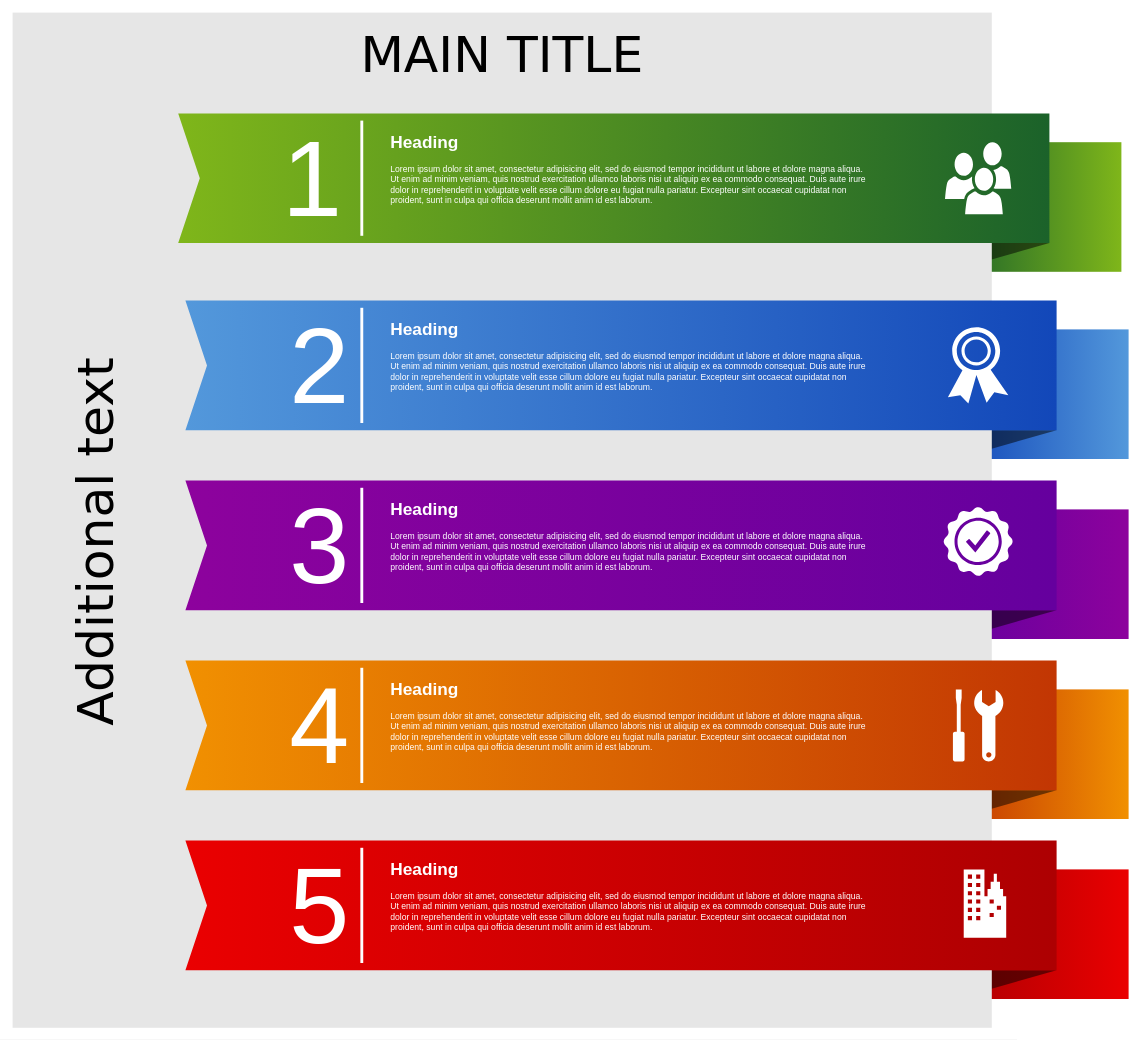
Before: Untitled Diagram.drawio in Kodo-kakaku/primedit, a draw.io diagram. Source tidied: cells renumbered, new cells numbered last; positions are measured from the earlier drawing's top-left corner, leaving out a move shared by most shapes. Both pictures are drawn from the tidied source at 72%, with x=0, y=0 at pixel (12, 12).
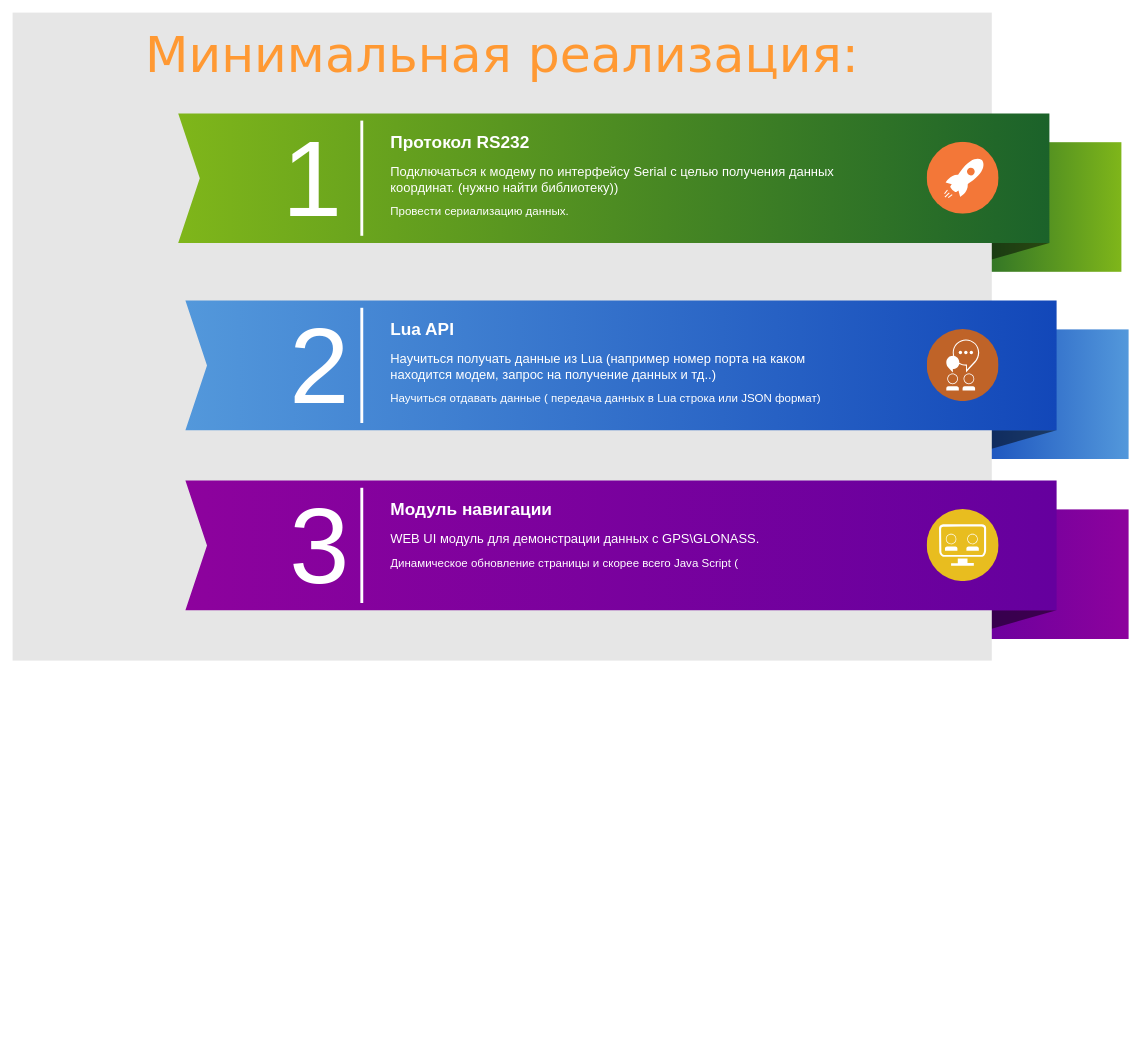
After the change.

Change to the diagram source:
```diff
@@
-    <mxCell id="8" style="whiteSpace=wrap;html=1;rounded=0;shadow=0;dashed=0;strokeWidth=1;fontFamily=Tahoma;fontSize=10;fontColor=#FFFFFF;strokeColor=none;fillColor=#F19001;gradientColor=#C23603;gradientDirection=west;" parent="1" vertex="1">
-      <mxGeometry x="1310" y="940" width="240" height="180" as="geometry" />
-    </mxCell>
-    <mxCell id="9" style="verticalLabelPosition=bottom;verticalAlign=top;html=1;strokeWidth=1;shape=mxgraph.basic.orthogonal_triangle;rounded=0;shadow=0;dashed=0;fontFamily=Tahoma;fontSize=10;fontColor=#FFFFFF;flipV=1;fillColor=#000000;strokeColor=none;opacity=50;" parent="1" vertex="1">
-      <mxGeometry x="1310" y="1080" width="140" height="40" as="geometry" />
-    </mxCell>
-    <mxCell id="10" style="whiteSpace=wrap;html=1;rounded=0;shadow=0;dashed=0;strokeWidth=1;fontFamily=Tahoma;fontSize=10;fontColor=#FFFFFF;strokeColor=none;fillColor=#EA0001;gradientColor=#AD0002;gradientDirection=west;" parent="1" vertex="1">
-      <mxGeometry x="1310" y="1190" width="240" height="180" as="geometry" />
-    </mxCell>
-    <mxCell id="11" style="verticalLabelPosition=bottom;verticalAlign=top;html=1;strokeWidth=1;shape=mxgraph.basic.orthogonal_triangle;rounded=0;shadow=0;dashed=0;fontFamily=Tahoma;fontSize=10;fontColor=#FFFFFF;flipV=1;fillColor=#000000;strokeColor=none;opacity=50;" parent="1" vertex="1">
-      <mxGeometry x="1310" y="1330" width="140" height="40" as="geometry" />
-    </mxCell>
-    <mxCell id="12" value="MAIN TITLE" style="whiteSpace=wrap;html=1;rounded=0;shadow=0;dashed=0;strokeWidth=1;fillColor=#E6E6E6;fontFamily=Verdana;fontSize=70;strokeColor=none;verticalAlign=top;spacingTop=10;" parent="1" vertex="1">
-      <mxGeometry width="1360" height="1410" as="geometry" />
+    <mxCell id="12" value="&lt;font color=&quot;#ff9933&quot;&gt;Минимальная реализация:&lt;/font&gt;" style="whiteSpace=wrap;html=1;rounded=0;shadow=0;dashed=0;strokeWidth=1;fillColor=#E6E6E6;fontFamily=Verdana;fontSize=70;strokeColor=none;verticalAlign=top;spacingTop=10;" parent="1" vertex="1">
+      <mxGeometry width="1360" height="900" as="geometry" />
     </mxCell>
@@
-    <mxCell id="16" style="html=1;shadow=0;dashed=0;align=center;verticalAlign=middle;shape=mxgraph.arrows2.arrow;dy=0;dx=0;notch=30;rounded=0;strokeColor=none;strokeWidth=1;fillColor=#F19001;fontFamily=Tahoma;fontSize=10;fontColor=#FFFFFF;gradientColor=#C23603;gradientDirection=east;" parent="1" vertex="1">
-      <mxGeometry x="240" y="900" width="1210" height="180" as="geometry" />
-    </mxCell>
-    <mxCell id="17" style="html=1;shadow=0;dashed=0;align=center;verticalAlign=middle;shape=mxgraph.arrows2.arrow;dy=0;dx=0;notch=30;rounded=0;strokeColor=none;strokeWidth=1;fillColor=#EA0001;fontFamily=Tahoma;fontSize=10;fontColor=#FFFFFF;gradientColor=#AD0002;gradientDirection=east;" parent="1" vertex="1">
-      <mxGeometry x="240" y="1150" width="1210" height="180" as="geometry" />
-    </mxCell>
-    <mxCell id="18" value="Additional text" style="text;html=1;strokeColor=none;fillColor=none;align=center;verticalAlign=middle;whiteSpace=wrap;rounded=0;shadow=0;dashed=0;fontFamily=Verdana;fontSize=70;horizontal=0;" parent="1" vertex="1">
-      <mxGeometry x="50" y="140" width="130" height="1190" as="geometry" />
-    </mxCell>
@@
-    <mxCell id="22" value="4" style="text;html=1;strokeColor=none;fillColor=none;align=right;verticalAlign=middle;whiteSpace=wrap;rounded=0;shadow=0;dashed=0;fontFamily=Helvetica;fontSize=150;fontColor=#FFFFFF;" parent="1" vertex="1">
-      <mxGeometry x="270" y="900" width="200" height="180" as="geometry" />
-    </mxCell>
-    <mxCell id="23" value="5" style="text;html=1;strokeColor=none;fillColor=none;align=right;verticalAlign=middle;whiteSpace=wrap;rounded=0;shadow=0;dashed=0;fontFamily=Helvetica;fontSize=150;fontColor=#FFFFFF;" parent="1" vertex="1">
-      <mxGeometry x="270" y="1150" width="200" height="180" as="geometry" />
-    </mxCell>
@@
-    <mxCell id="27" style="line;strokeWidth=4;direction=south;html=1;rounded=0;shadow=0;dashed=0;fillColor=none;gradientColor=#AD0002;fontFamily=Helvetica;fontSize=150;fontColor=#FFFFFF;align=right;strokeColor=#FFFFFF;" parent="1" vertex="1">
-      <mxGeometry x="480" y="910" width="10" height="160" as="geometry" />
-    </mxCell>
-    <mxCell id="28" style="line;strokeWidth=4;direction=south;html=1;rounded=0;shadow=0;dashed=0;fillColor=none;gradientColor=#AD0002;fontFamily=Helvetica;fontSize=150;fontColor=#FFFFFF;align=right;strokeColor=#FFFFFF;" parent="1" vertex="1">
-      <mxGeometry x="480" y="1160" width="10" height="160" as="geometry" />
-    </mxCell>
-    <mxCell id="29" value="&lt;h1&gt;Heading&lt;/h1&gt;&lt;p&gt;L&lt;span&gt;orem ipsum dolor sit amet, consectetur adipisicing elit, sed do eiusmod tempor incididunt ut labore et dolore magna aliqua. Ut enim ad minim veniam, quis nostrud exercitation ullamco laboris nisi ut aliquip ex ea commodo consequat. Duis aute irure dolor in reprehenderit in voluptate velit esse cillum dolore eu fugiat nulla pariatur. Excepteur sint occaecat cupidatat non proident, sunt in culpa qui officia deserunt mollit anim id est laborum.&lt;/span&gt;&lt;/p&gt;" style="text;html=1;strokeColor=none;fillColor=none;spacing=5;spacingTop=-20;whiteSpace=wrap;overflow=hidden;rounded=0;shadow=0;dashed=0;fontFamily=Helvetica;fontSize=12;fontColor=#FFFFFF;align=left;" parent="1" vertex="1">
+    <mxCell id="29" value="&lt;h1&gt;&lt;font style=&quot;font-size: 24px&quot;&gt;Протокол RS232&lt;/font&gt;&lt;/h1&gt;&lt;p&gt;&lt;span&gt;&lt;font style=&quot;font-size: 18px&quot;&gt;Подключаться к модему по интерфейсу Serial с целью получения данных координат. (нужно найти библиотеку))&lt;/font&gt;&lt;/span&gt;&lt;/p&gt;&lt;p&gt;&lt;span&gt;&lt;font size=&quot;3&quot;&gt;Провести сериализацию данных.&amp;nbsp;&lt;/font&gt;&lt;/span&gt;&lt;/p&gt;&lt;p&gt;&lt;font size=&quot;3&quot;&gt;&lt;br&gt;&lt;/font&gt;&lt;/p&gt;&lt;p&gt;&lt;span&gt;&lt;br&gt;&lt;/span&gt;&lt;/p&gt;" style="text;html=1;strokeColor=none;fillColor=none;spacing=5;spacingTop=-20;whiteSpace=wrap;overflow=hidden;rounded=0;shadow=0;dashed=0;fontFamily=Helvetica;fontSize=12;fontColor=#FFFFFF;align=left;" parent="1" vertex="1">
       <mxGeometry x="520" y="160" width="670" height="140" as="geometry" />
     </mxCell>
-    <mxCell id="30" value="&lt;h1&gt;Heading&lt;/h1&gt;&lt;p&gt;L&lt;span&gt;orem ipsum dolor sit amet, consectetur adipisicing elit, sed do eiusmod tempor incididunt ut labore et dolore magna aliqua. Ut enim ad minim veniam, quis nostrud exercitation ullamco laboris nisi ut aliquip ex ea commodo consequat. Duis aute irure dolor in reprehenderit in voluptate velit esse cillum dolore eu fugiat nulla pariatur. Excepteur sint occaecat cupidatat non proident, sunt in culpa qui officia deserunt mollit anim id est laborum.&lt;/span&gt;&lt;/p&gt;" style="text;html=1;strokeColor=none;fillColor=none;spacing=5;spacingTop=-20;whiteSpace=wrap;overflow=hidden;rounded=0;shadow=0;dashed=0;fontFamily=Helvetica;fontSize=12;fontColor=#FFFFFF;align=left;" parent="1" vertex="1">
+    <mxCell id="30" value="&lt;h1&gt;&lt;font style=&quot;font-size: 24px&quot;&gt;Lua API&lt;/font&gt;&lt;/h1&gt;&lt;p&gt;&lt;font style=&quot;font-size: 18px&quot;&gt;Научиться получать данные из Lua (например номер порта на каком находится модем, запрос на получение данных и тд..)&lt;/font&gt;&lt;/p&gt;&lt;p&gt;&lt;font size=&quot;3&quot;&gt;Научиться отдавать данные ( передача данных в Lua строка или JSON формат)&lt;/font&gt;&lt;/p&gt;" style="text;html=1;strokeColor=none;fillColor=none;spacing=5;spacingTop=-20;whiteSpace=wrap;overflow=hidden;rounded=0;shadow=0;dashed=0;fontFamily=Helvetica;fontSize=12;fontColor=#FFFFFF;align=left;" parent="1" vertex="1">
       <mxGeometry x="520" y="420" width="670" height="140" as="geometry" />
     </mxCell>
-    <mxCell id="31" value="&lt;h1&gt;Heading&lt;/h1&gt;&lt;p&gt;L&lt;span&gt;orem ipsum dolor sit amet, consectetur adipisicing elit, sed do eiusmod tempor incididunt ut labore et dolore magna aliqua. Ut enim ad minim veniam, quis nostrud exercitation ullamco laboris nisi ut aliquip ex ea commodo consequat. Duis aute irure dolor in reprehenderit in voluptate velit esse cillum dolore eu fugiat nulla pariatur. Excepteur sint occaecat cupidatat non proident, sunt in culpa qui officia deserunt mollit anim id est laborum.&lt;/span&gt;&lt;/p&gt;" style="text;html=1;strokeColor=none;fillColor=none;spacing=5;spacingTop=-20;whiteSpace=wrap;overflow=hidden;rounded=0;shadow=0;dashed=0;fontFamily=Helvetica;fontSize=12;fontColor=#FFFFFF;align=left;" parent="1" vertex="1">
+    <mxCell id="31" value="&lt;h1&gt;Модуль навигации&lt;/h1&gt;&lt;p&gt;&lt;font style=&quot;font-size: 18px&quot;&gt;WEB UI модуль для демонстрации данных с GPS\GLONASS.&lt;/font&gt;&lt;/p&gt;&lt;p&gt;&lt;font size=&quot;3&quot;&gt;Динамическое обновление страницы и скорее всего Java Script (&amp;nbsp;&lt;/font&gt;&lt;/p&gt;" style="text;html=1;strokeColor=none;fillColor=none;spacing=5;spacingTop=-20;whiteSpace=wrap;overflow=hidden;rounded=0;shadow=0;dashed=0;fontFamily=Helvetica;fontSize=12;fontColor=#FFFFFF;align=left;" parent="1" vertex="1">
       <mxGeometry x="520" y="670" width="670" height="140" as="geometry" />
     </mxCell>
-    <mxCell id="32" value="&lt;h1&gt;Heading&lt;/h1&gt;&lt;p&gt;L&lt;span&gt;orem ipsum dolor sit amet, consectetur adipisicing elit, sed do eiusmod tempor incididunt ut labore et dolore magna aliqua. Ut enim ad minim veniam, quis nostrud exercitation ullamco laboris nisi ut aliquip ex ea commodo consequat. Duis aute irure dolor in reprehenderit in voluptate velit esse cillum dolore eu fugiat nulla pariatur. Excepteur sint occaecat cupidatat non proident, sunt in culpa qui officia deserunt mollit anim id est laborum.&lt;/span&gt;&lt;/p&gt;" style="text;html=1;strokeColor=none;fillColor=none;spacing=5;spacingTop=-20;whiteSpace=wrap;overflow=hidden;rounded=0;shadow=0;dashed=0;fontFamily=Helvetica;fontSize=12;fontColor=#FFFFFF;align=left;" parent="1" vertex="1">
-      <mxGeometry x="520" y="920" width="670" height="140" as="geometry" />
-    </mxCell>
-    <mxCell id="33" value="&lt;h1&gt;Heading&lt;/h1&gt;&lt;p&gt;L&lt;span&gt;orem ipsum dolor sit amet, consectetur adipisicing elit, sed do eiusmod tempor incididunt ut labore et dolore magna aliqua. Ut enim ad minim veniam, quis nostrud exercitation ullamco laboris nisi ut aliquip ex ea commodo consequat. Duis aute irure dolor in reprehenderit in voluptate velit esse cillum dolore eu fugiat nulla pariatur. Excepteur sint occaecat cupidatat non proident, sunt in culpa qui officia deserunt mollit anim id est laborum.&lt;/span&gt;&lt;/p&gt;" style="text;html=1;strokeColor=none;fillColor=none;spacing=5;spacingTop=-20;whiteSpace=wrap;overflow=hidden;rounded=0;shadow=0;dashed=0;fontFamily=Helvetica;fontSize=12;fontColor=#FFFFFF;align=left;" parent="1" vertex="1">
-      <mxGeometry x="520" y="1170" width="670" height="140" as="geometry" />
-    </mxCell>
-    <mxCell id="34" style="shadow=0;dashed=0;html=1;strokeColor=none;fillColor=#FFFFFF;labelPosition=center;verticalLabelPosition=bottom;verticalAlign=top;shape=mxgraph.office.users.users;rounded=0;fontFamily=Helvetica;fontSize=12;fontColor=#FFFFFF;align=left;" parent="1" vertex="1">
-      <mxGeometry x="1295" y="180" width="92" height="100" as="geometry" />
-    </mxCell>
-    <mxCell id="35" style="shadow=0;dashed=0;html=1;strokeColor=none;fillColor=#FFFFFF;labelPosition=center;verticalLabelPosition=bottom;verticalAlign=top;shape=mxgraph.office.security.token;rounded=0;fontFamily=Helvetica;fontSize=12;fontColor=#FFFFFF;align=left;" parent="1" vertex="1">
-      <mxGeometry x="1299" y="437" width="84" height="106" as="geometry" />
-    </mxCell>
-    <mxCell id="36" style="shadow=0;dashed=0;html=1;strokeColor=none;fillColor=#FFFFFF;labelPosition=center;verticalLabelPosition=bottom;verticalAlign=top;shape=mxgraph.office.concepts.best_practices;rounded=0;fontFamily=Helvetica;fontSize=12;fontColor=#FFFFFF;align=left;" parent="1" vertex="1">
-      <mxGeometry x="1292.5" y="686" width="97" height="97" as="geometry" />
-    </mxCell>
-    <mxCell id="37" style="shadow=0;dashed=0;html=1;strokeColor=none;fillColor=#FFFFFF;labelPosition=center;verticalLabelPosition=bottom;verticalAlign=top;shape=mxgraph.office.concepts.maintenance;rounded=0;fontFamily=Helvetica;fontSize=12;fontColor=#FFFFFF;align=left;" parent="1" vertex="1">
-      <mxGeometry x="1306" y="940" width="70" height="100" as="geometry" />
-    </mxCell>
-    <mxCell id="38" style="shadow=0;dashed=0;html=1;strokeColor=none;fillColor=#FFFFFF;labelPosition=center;verticalLabelPosition=bottom;verticalAlign=top;shape=mxgraph.office.concepts.on_premises;rounded=0;fontFamily=Helvetica;fontSize=12;fontColor=#FFFFFF;align=left;" parent="1" vertex="1">
-      <mxGeometry x="1321" y="1190" width="59" height="95" as="geometry" />
-    </mxCell>
+    <mxCell id="39" style="perimeter=ellipsePerimeter;html=1;align=center;shadow=0;dashed=0;fontColor=#4277BB;labelBackgroundColor=#ffffff;fontSize=12;spacingTop=3;image;image=img/lib/ibm/devops/continuous_deploy.svg;" parent="1" vertex="1">
+      <mxGeometry x="1270" y="180" width="100" height="100" as="geometry" />
+    </mxCell>
+    <mxCell id="40" style="perimeter=ellipsePerimeter;html=1;align=center;shadow=0;dashed=0;fontColor=#4277BB;labelBackgroundColor=#ffffff;fontSize=12;spacingTop=3;image;image=img/lib/ibm/social/live_collaboration.svg;" parent="1" vertex="1">
+      <mxGeometry x="1270" y="440" width="100" height="100" as="geometry" />
+    </mxCell>
+    <mxCell id="41" style="perimeter=ellipsePerimeter;html=1;align=center;shadow=0;dashed=0;fontColor=#4277BB;labelBackgroundColor=#ffffff;fontSize=12;spacingTop=3;image;image=img/lib/ibm/applications/api_developer_portal.svg;" parent="1" vertex="1">
+      <mxGeometry x="1270" y="690" width="100" height="100" as="geometry" />
+    </mxCell>
```
